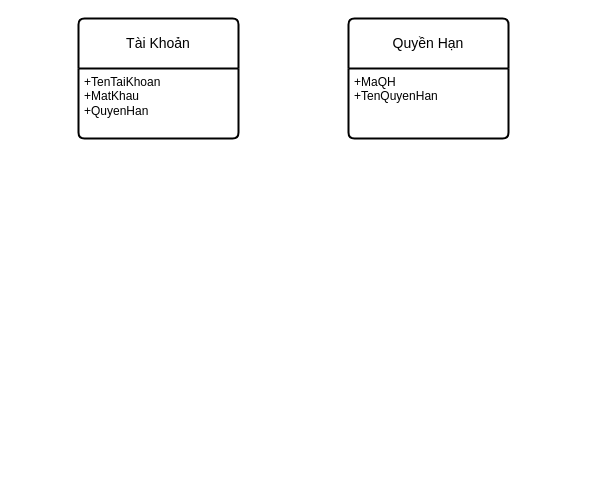
Before: Untitled Diagram.drawio in dunkvippro/Quanlythuexe, a draw.io diagram. Source tidied: cells renumbered, new cells numbered last; positions are measured from the earlier drawing's top-left corner, leaving out a move shared by most shapes. Both pictures are drawn from the tidied source at 100%, with x=0, y=0 at pixel (78, 18).
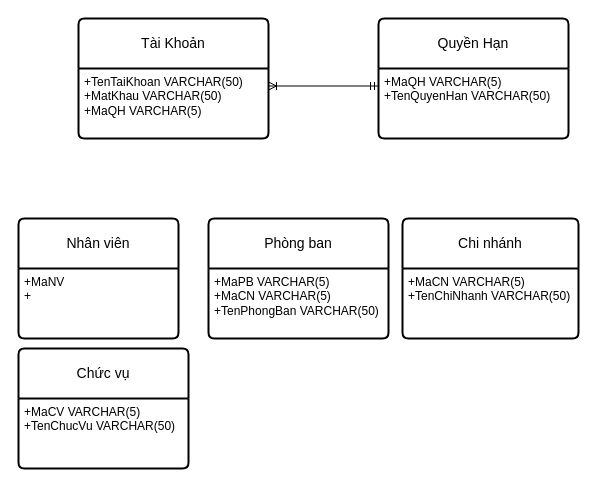
After the change.

Change to the diagram source:
```diff
@@
 <mxGraphModel>
   <root>
     <mxCell id="0" />
     <mxCell id="1" parent="0" />
     <mxCell id="2" value="Tài Khoản" style="swimlane;horizontal=1;startSize=50;rounded=1;fontSize=14;fontStyle=0;strokeWidth=2;shadow=0;dashed=0;align=center;arcSize=4;whiteSpace=wrap;html=1;" parent="1" vertex="1">
-      <mxGeometry width="160" height="120" as="geometry" />
+      <mxGeometry width="190" height="120" as="geometry" />
     </mxCell>
-    <mxCell id="3" value="+TenTaiKhoan&lt;br&gt;+MatKhau&lt;br&gt;+QuyenHan" style="align=left;strokeColor=none;fillColor=none;spacingLeft=4;fontSize=12;verticalAlign=top;html=1;" parent="2" vertex="1">
-      <mxGeometry y="50" width="160" height="70" as="geometry" />
+    <mxCell id="3" value="+TenTaiKhoan VARCHAR(50)&lt;br&gt;+MatKhau VARCHAR(50)&lt;br&gt;+MaQH VARCHAR(5)" style="align=left;strokeColor=none;fillColor=none;spacingLeft=4;fontSize=12;verticalAlign=top;html=1;" parent="2" vertex="1">
+      <mxGeometry y="50" width="190" height="70" as="geometry" />
     </mxCell>
     <mxCell id="4" value="Quyền Hạn" style="swimlane;horizontal=1;startSize=50;rounded=1;fontSize=14;fontStyle=0;strokeWidth=2;shadow=0;dashed=0;align=center;arcSize=4;whiteSpace=wrap;html=1;" parent="1" vertex="1">
-      <mxGeometry x="270" width="160" height="120" as="geometry" />
+      <mxGeometry x="300" width="190" height="120" as="geometry" />
     </mxCell>
-    <mxCell id="5" value="+MaQH&amp;nbsp;&lt;br&gt;+TenQuyenHan" style="align=left;strokeColor=none;fillColor=none;spacingLeft=4;fontSize=12;verticalAlign=top;html=1;" parent="4" vertex="1">
-      <mxGeometry y="50" width="160" height="70" as="geometry" />
+    <mxCell id="5" value="+MaQH VARCHAR(5)&lt;br&gt;+TenQuyenHan VARCHAR(50)" style="align=left;strokeColor=none;fillColor=none;spacingLeft=4;fontSize=12;verticalAlign=top;html=1;" parent="4" vertex="1">
+      <mxGeometry y="50" width="190" height="70" as="geometry" />
     </mxCell>
+    <mxCell id="6" style="fontSize=12;html=1;endArrow=ERoneToMany;startArrow=ERmandOne;rounded=0;exitX=0;exitY=0.25;exitDx=0;exitDy=0;entryX=1;entryY=0.25;entryDx=0;entryDy=0;" parent="1" edge="1" source="5" target="3">
+      <mxGeometry relative="1" as="geometry" />
+    </mxCell>
+    <mxCell id="7" value="Nhân viên" style="swimlane;horizontal=1;startSize=50;rounded=1;fontSize=14;fontStyle=0;strokeWidth=2;shadow=0;dashed=0;align=center;arcSize=4;whiteSpace=wrap;html=1;" parent="1" vertex="1">
+      <mxGeometry x="-60" y="200" width="160" height="120" as="geometry" />
+    </mxCell>
+    <mxCell id="8" value="+MaNV&amp;nbsp;&lt;br&gt;+" style="align=left;strokeColor=none;fillColor=none;spacingLeft=4;fontSize=12;verticalAlign=top;html=1;" parent="7" vertex="1">
+      <mxGeometry y="50" width="160" height="70" as="geometry" />
+    </mxCell>
+    <mxCell id="9" value="Phòng ban" style="swimlane;horizontal=1;startSize=50;rounded=1;fontSize=14;fontStyle=0;strokeWidth=2;shadow=0;dashed=0;align=center;arcSize=4;whiteSpace=wrap;html=1;" parent="1" vertex="1">
+      <mxGeometry x="130" y="200" width="180" height="120" as="geometry" />
+    </mxCell>
+    <mxCell id="10" value="+MaPB VARCHAR(5)&lt;br&gt;+MaCN VARCHAR(5)&lt;br&gt;+TenPhongBan VARCHAR(50)" style="align=left;strokeColor=none;fillColor=none;spacingLeft=4;fontSize=12;verticalAlign=top;html=1;" parent="9" vertex="1">
+      <mxGeometry y="50" width="180" height="70" as="geometry" />
+    </mxCell>
+    <mxCell id="11" value="Chi nhánh" style="swimlane;horizontal=1;startSize=50;rounded=1;fontSize=14;fontStyle=0;strokeWidth=2;shadow=0;dashed=0;align=center;arcSize=4;whiteSpace=wrap;html=1;" parent="1" vertex="1">
+      <mxGeometry x="324" y="200" width="176" height="120" as="geometry" />
+    </mxCell>
+    <mxCell id="12" value="+MaCN VARCHAR(5)&lt;br&gt;+TenChiNhanh VARCHAR(50)" style="align=left;strokeColor=none;fillColor=none;spacingLeft=4;fontSize=12;verticalAlign=top;html=1;" parent="11" vertex="1">
+      <mxGeometry y="50" width="176" height="70" as="geometry" />
+    </mxCell>
+    <mxCell id="13" value="Chức vụ" style="swimlane;horizontal=1;startSize=50;rounded=1;fontSize=14;fontStyle=0;strokeWidth=2;shadow=0;dashed=0;align=center;arcSize=4;whiteSpace=wrap;html=1;" parent="1" vertex="1">
+      <mxGeometry x="-60" y="330" width="170" height="120" as="geometry" />
+    </mxCell>
+    <mxCell id="14" value="+MaCV VARCHAR(5)&lt;br&gt;+TenChucVu VARCHAR(50)" style="align=left;strokeColor=none;fillColor=none;spacingLeft=4;fontSize=12;verticalAlign=top;html=1;" parent="13" vertex="1">
+      <mxGeometry y="50" width="170" height="70" as="geometry" />
+    </mxCell>
   </root>
 </mxGraphModel>
```
